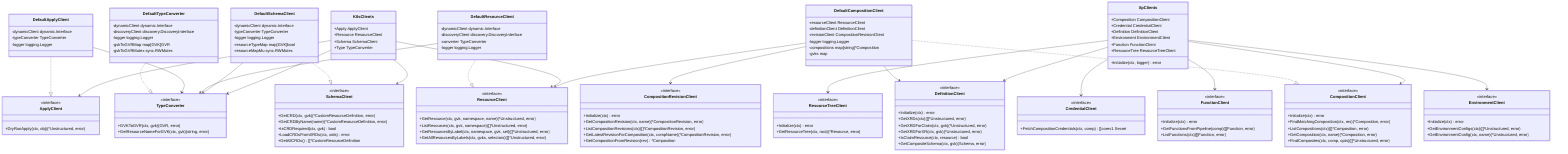
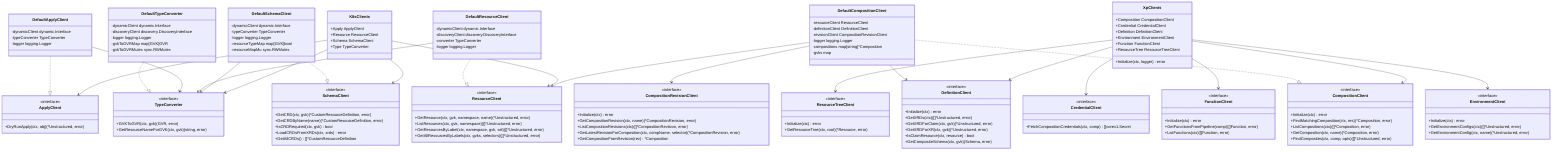
classDiagram
    %% Kubernetes Clients
    class K8sClients {
        +Apply ApplyClient
        +Resource ResourceClient
        +Schema SchemaClient
        +Type TypeConverter
    }

    class ApplyClient {
        <<interface>>
        +DryRunApply(ctx, obj) (*Unstructured, error)
    }

    class DefaultApplyClient {
        -dynamicClient dynamic.Interface
        -typeConverter TypeConverter
        -logger logging.Logger
    }

    class ResourceClient {
        <<interface>>
        +GetResource(ctx, gvk, namespace, name) (*Unstructured, error)
        +ListResources(ctx, gvk, namespace) ([]*Unstructured, error)
        +GetResourcesByLabel(ctx, namespace, gvk, sel) ([]*Unstructured, error)
        +GetAllResourcesByLabels(ctx, gvks, selectors) ([]*Unstructured, error)
    }

    class DefaultResourceClient {
        -dynamicClient dynamic.Interface
        -discoveryClient discovery.DiscoveryInterface
        -converter TypeConverter
        -logger logging.Logger
    }

    class SchemaClient {
        <<interface>>
        +GetCRD(ctx, gvk) (*CustomResourceDefinition, error)
        +GetCRDByName(name) (*CustomResourceDefinition, error)
        +IsCRDRequired(ctx, gvk) bool
        +LoadCRDsFromXRDs(ctx, xrds) error
        +GetAllCRDs() []*CustomResourceDefinition
    }

    class DefaultSchemaClient {
        -dynamicClient dynamic.Interface
        -typeConverter TypeConverter
        -logger logging.Logger
        -resourceTypeMap map[GVK]bool
        -resourceMapMu sync.RWMutex
    }

    class TypeConverter {
        <<interface>>
        +GVKToGVR(ctx, gvk) (GVR, error)
        +GetResourceNameForGVK(ctx, gvk) (string, error)
    }

    class DefaultTypeConverter {
        -dynamicClient dynamic.Interface
        -discoveryClient discovery.DiscoveryInterface
        -logger logging.Logger
        -gvkToGVRMap map[GVK]GVR
        -gvkToGVRMutex sync.RWMutex
    }

    %% Crossplane Clients
    class XpClients {
        +Composition CompositionClient
        +Credential CredentialClient
        +Definition DefinitionClient
        +Environment EnvironmentClient
        +Function FunctionClient
        +ResourceTree ResourceTreeClient
        +Initialize(ctx, logger) error
    }

    class CompositionRevisionClient {
        <<interface>>
        +Initialize(ctx) error
        +GetCompositionRevision(ctx, name) (*CompositionRevision, error)
        +ListCompositionRevisions(ctx) ([]*CompositionRevision, error)
-         +GetLatestRevisionForComposition(ctx, compName) (*CompositionRevision, error)
+         +GetLatestRevisionForComposition(ctx, compName, selector) (*CompositionRevision, error)
        +GetCompositionFromRevision(rev) *Composition
    }

    class CredentialClient {
        <<interface>>
        +FetchCompositionCredentials(ctx, comp) []corev1.Secret
    }

    class CompositionClient {
        <<interface>>
        +Initialize(ctx) error
        +FindMatchingComposition(ctx, res) (*Composition, error)
        +ListCompositions(ctx) ([]*Composition, error)
        +GetComposition(ctx, name) (*Composition, error)
        +FindComposites(ctx, comp, opts) ([]*Unstructured, error)
    }

    class DefaultCompositionClient {
        -resourceClient ResourceClient
        -definitionClient DefinitionClient
        -revisionClient CompositionRevisionClient
        -logger logging.Logger
        -compositions map[string]*Composition
        -gvks map
    }

    class DefinitionClient {
        <<interface>>
        +Initialize(ctx) error
        +GetXRDs(ctx) ([]*Unstructured, error)
        +GetXRDForClaim(ctx, gvk) (*Unstructured, error)
        +GetXRDForXR(ctx, gvk) (*Unstructured, error)
        +IsClaimResource(ctx, resource) bool
        +GetCompositeSchema(ctx, gvk) (Schema, error)
    }

    class FunctionClient {
        <<interface>>
        +Initialize(ctx) error
        +GetFunctionsFromPipeline(comp) ([]Function, error)
        +ListFunctions(ctx) ([]Function, error)
    }

    class ResourceTreeClient {
        <<interface>>
        +Initialize(ctx) error
        +GetResourceTree(ctx, root) (*Resource, error)
    }

    class EnvironmentClient {
        <<interface>>
        +Initialize(ctx) error
        +GetEnvironmentConfigs(ctx) ([]*Unstructured, error)
        +GetEnvironmentConfig(ctx, name) (*Unstructured, error)
    }

    DefaultApplyClient ..|> ApplyClient
    DefaultResourceClient ..|> ResourceClient
    DefaultSchemaClient ..|> SchemaClient
    DefaultTypeConverter ..|> TypeConverter

    DefaultApplyClient --> TypeConverter
    DefaultResourceClient --> TypeConverter
    DefaultSchemaClient --> TypeConverter

    K8sClients --> ApplyClient
    K8sClients --> ResourceClient
    K8sClients --> SchemaClient
    K8sClients --> TypeConverter

    DefaultCompositionClient ..|> CompositionClient
    DefaultCompositionClient --> ResourceClient
    DefaultCompositionClient --> DefinitionClient
    DefaultCompositionClient --> CompositionRevisionClient

    XpClients --> CompositionClient
    XpClients --> DefinitionClient
    XpClients --> EnvironmentClient
    XpClients --> FunctionClient
    XpClients --> CredentialClient
    XpClients --> ResourceTreeClient
